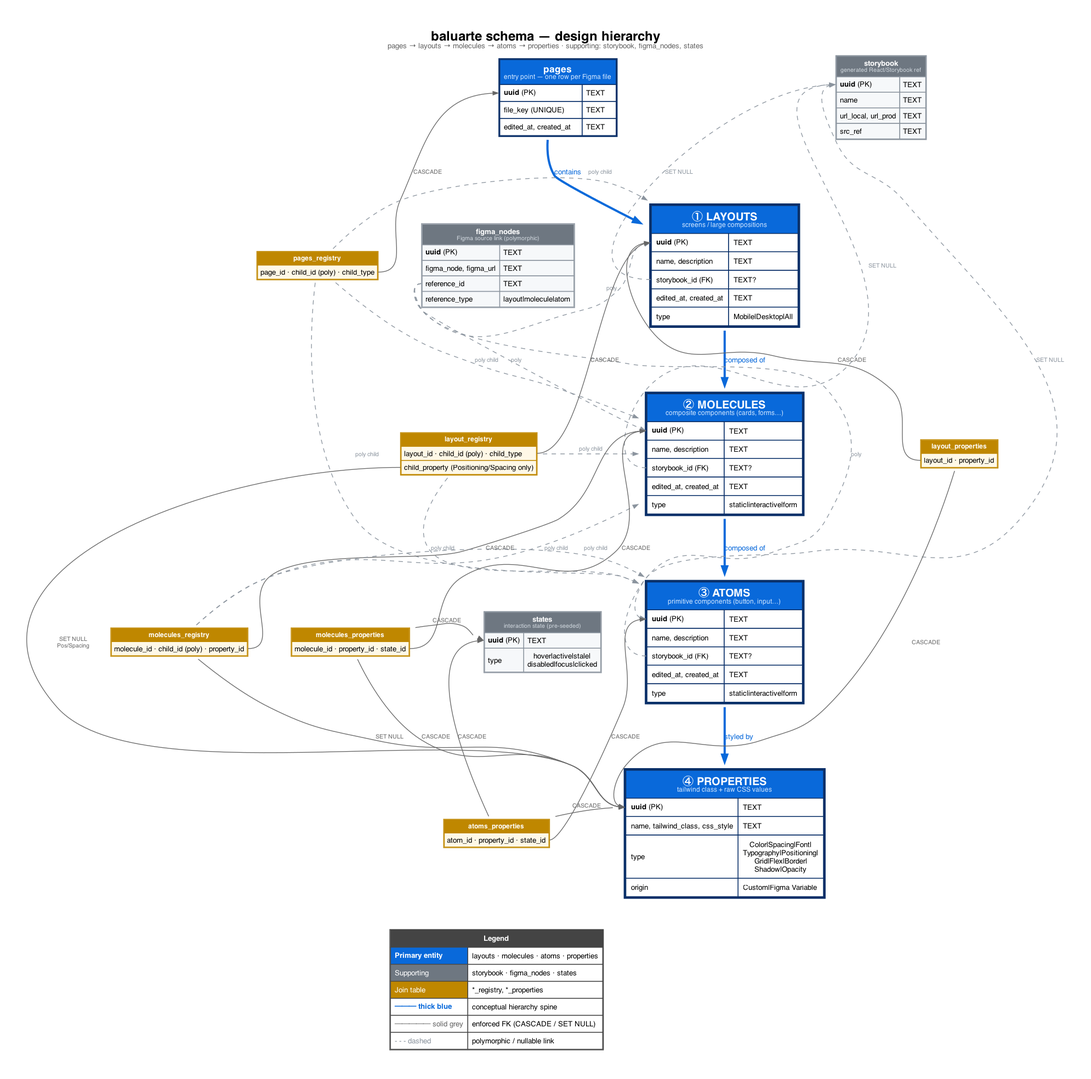
Earlier version of the Graphviz export queries/diagrams/table-relationships.png (romedinaML/baluarte). Its source is kept beside it as queries/diagrams/table-relationships.dot. Source of this version:
```dot
digraph baluarte_schema {
    rankdir=TB;
    bgcolor="#ffffff";
    pad=0.5;
    nodesep=0.6;
    ranksep=0.95;
    splines=spline;
    fontname="Helvetica";
    labelloc="t";
    label=<<FONT POINT-SIZE="18"><B>baluarte schema — design hierarchy</B></FONT><BR/><FONT POINT-SIZE="10" COLOR="#666">pages → layouts → molecules → atoms → properties · supporting: storybook, figma_nodes, states</FONT>>;

    node [
        shape=plaintext
        fontname="Helvetica"
        fontsize=10
    ];
    edge [
        fontname="Helvetica"
        fontsize=8
        color="#666"
        arrowsize=0.7
    ];


    pages [label=<
        <TABLE BORDER="2" CELLBORDER="1" CELLSPACING="0" CELLPADDING="5" BGCOLOR="white" COLOR="#0a3069">
            <TR><TD BGCOLOR="#0969da" COLSPAN="2"><FONT COLOR="white" POINT-SIZE="13"><B>pages</B></FONT><BR/><FONT COLOR="#cfe5ff" POINT-SIZE="9">entry point — one row per Figma file</FONT></TD></TR>
            <TR><TD ALIGN="LEFT" PORT="uuid"><B>uuid</B> (PK)</TD><TD ALIGN="LEFT">TEXT</TD></TR>
            <TR><TD ALIGN="LEFT">file_key (UNIQUE)</TD><TD ALIGN="LEFT">TEXT</TD></TR>
            <TR><TD ALIGN="LEFT">edited_at, created_at</TD><TD ALIGN="LEFT">TEXT</TD></TR>
        </TABLE>
    >];

    layouts [label=<
        <TABLE BORDER="3" CELLBORDER="1" CELLSPACING="0" CELLPADDING="6" BGCOLOR="white" COLOR="#0a3069">
            <TR><TD BGCOLOR="#0969da" COLSPAN="2"><FONT COLOR="white" POINT-SIZE="15"><B>① LAYOUTS</B></FONT><BR/><FONT COLOR="#cfe5ff" POINT-SIZE="9">screens / large compositions</FONT></TD></TR>
            <TR><TD ALIGN="LEFT" PORT="uuid"><B>uuid</B> (PK)</TD><TD ALIGN="LEFT">TEXT</TD></TR>
            <TR><TD ALIGN="LEFT">name, description</TD><TD ALIGN="LEFT">TEXT</TD></TR>
            <TR><TD ALIGN="LEFT" PORT="storybook_id">storybook_id (FK)</TD><TD ALIGN="LEFT">TEXT?</TD></TR>
            <TR><TD ALIGN="LEFT">edited_at, created_at</TD><TD ALIGN="LEFT">TEXT</TD></TR>
            <TR><TD ALIGN="LEFT">type</TD><TD ALIGN="LEFT">Mobile|Desktop|All</TD></TR>
        </TABLE>
    >];

    molecules [label=<
        <TABLE BORDER="3" CELLBORDER="1" CELLSPACING="0" CELLPADDING="6" BGCOLOR="white" COLOR="#0a3069">
            <TR><TD BGCOLOR="#0969da" COLSPAN="2"><FONT COLOR="white" POINT-SIZE="15"><B>② MOLECULES</B></FONT><BR/><FONT COLOR="#cfe5ff" POINT-SIZE="9">composite components (cards, forms…)</FONT></TD></TR>
            <TR><TD ALIGN="LEFT" PORT="uuid"><B>uuid</B> (PK)</TD><TD ALIGN="LEFT">TEXT</TD></TR>
            <TR><TD ALIGN="LEFT">name, description</TD><TD ALIGN="LEFT">TEXT</TD></TR>
            <TR><TD ALIGN="LEFT" PORT="storybook_id">storybook_id (FK)</TD><TD ALIGN="LEFT">TEXT?</TD></TR>
            <TR><TD ALIGN="LEFT">edited_at, created_at</TD><TD ALIGN="LEFT">TEXT</TD></TR>
            <TR><TD ALIGN="LEFT">type</TD><TD ALIGN="LEFT">static|interactive|form</TD></TR>
        </TABLE>
    >];

    atoms [label=<
        <TABLE BORDER="3" CELLBORDER="1" CELLSPACING="0" CELLPADDING="6" BGCOLOR="white" COLOR="#0a3069">
            <TR><TD BGCOLOR="#0969da" COLSPAN="2"><FONT COLOR="white" POINT-SIZE="15"><B>③ ATOMS</B></FONT><BR/><FONT COLOR="#cfe5ff" POINT-SIZE="9">primitive components (button, input…)</FONT></TD></TR>
            <TR><TD ALIGN="LEFT" PORT="uuid"><B>uuid</B> (PK)</TD><TD ALIGN="LEFT">TEXT</TD></TR>
            <TR><TD ALIGN="LEFT">name, description</TD><TD ALIGN="LEFT">TEXT</TD></TR>
            <TR><TD ALIGN="LEFT" PORT="storybook_id">storybook_id (FK)</TD><TD ALIGN="LEFT">TEXT?</TD></TR>
            <TR><TD ALIGN="LEFT">edited_at, created_at</TD><TD ALIGN="LEFT">TEXT</TD></TR>
            <TR><TD ALIGN="LEFT">type</TD><TD ALIGN="LEFT">static|interactive|form</TD></TR>
        </TABLE>
    >];

    properties [label=<
        <TABLE BORDER="3" CELLBORDER="1" CELLSPACING="0" CELLPADDING="6" BGCOLOR="white" COLOR="#0a3069">
            <TR><TD BGCOLOR="#0969da" COLSPAN="2"><FONT COLOR="white" POINT-SIZE="15"><B>④ PROPERTIES</B></FONT><BR/><FONT COLOR="#cfe5ff" POINT-SIZE="9">tailwind class + raw CSS values</FONT></TD></TR>
            <TR><TD ALIGN="LEFT" PORT="uuid"><B>uuid</B> (PK)</TD><TD ALIGN="LEFT">TEXT</TD></TR>
            <TR><TD ALIGN="LEFT">name, tailwind_class, css_style</TD><TD ALIGN="LEFT">TEXT</TD></TR>
            <TR><TD ALIGN="LEFT">type</TD><TD ALIGN="LEFT">Color|Spacing|Font|<BR/>Typography|Positioning|<BR/>Grid|Flex|Border|<BR/>Shadow|Opacity</TD></TR>
            <TR><TD ALIGN="LEFT">origin</TD><TD ALIGN="LEFT">Custom|Figma Variable</TD></TR>
        </TABLE>
    >];


    storybook [label=<
        <TABLE BORDER="1" CELLBORDER="1" CELLSPACING="0" CELLPADDING="4" BGCOLOR="#f6f8fa" COLOR="#8b949e">
            <TR><TD BGCOLOR="#6e7781" COLSPAN="2"><FONT COLOR="white"><B>storybook</B></FONT><BR/><FONT COLOR="#d0d7de" POINT-SIZE="8">generated React/Storybook ref</FONT></TD></TR>
            <TR><TD ALIGN="LEFT" PORT="uuid"><B>uuid</B> (PK)</TD><TD ALIGN="LEFT">TEXT</TD></TR>
            <TR><TD ALIGN="LEFT">name</TD><TD ALIGN="LEFT">TEXT</TD></TR>
            <TR><TD ALIGN="LEFT">url_local, url_prod</TD><TD ALIGN="LEFT">TEXT</TD></TR>
            <TR><TD ALIGN="LEFT">src_ref</TD><TD ALIGN="LEFT">TEXT</TD></TR>
        </TABLE>
    >];

    figma_nodes [label=<
        <TABLE BORDER="1" CELLBORDER="1" CELLSPACING="0" CELLPADDING="4" BGCOLOR="#f6f8fa" COLOR="#8b949e">
            <TR><TD BGCOLOR="#6e7781" COLSPAN="2"><FONT COLOR="white"><B>figma_nodes</B></FONT><BR/><FONT COLOR="#d0d7de" POINT-SIZE="8">Figma source link (polymorphic)</FONT></TD></TR>
            <TR><TD ALIGN="LEFT" PORT="uuid"><B>uuid</B> (PK)</TD><TD ALIGN="LEFT">TEXT</TD></TR>
            <TR><TD ALIGN="LEFT">figma_node, figma_url</TD><TD ALIGN="LEFT">TEXT</TD></TR>
            <TR><TD ALIGN="LEFT" PORT="reference_id">reference_id</TD><TD ALIGN="LEFT">TEXT</TD></TR>
            <TR><TD ALIGN="LEFT">reference_type</TD><TD ALIGN="LEFT">layout|molecule|atom</TD></TR>
        </TABLE>
    >];

    states [label=<
        <TABLE BORDER="1" CELLBORDER="1" CELLSPACING="0" CELLPADDING="4" BGCOLOR="#f6f8fa" COLOR="#8b949e">
            <TR><TD BGCOLOR="#6e7781" COLSPAN="2"><FONT COLOR="white"><B>states</B></FONT><BR/><FONT COLOR="#d0d7de" POINT-SIZE="8">interaction state (pre-seeded)</FONT></TD></TR>
            <TR><TD ALIGN="LEFT" PORT="uuid"><B>uuid</B> (PK)</TD><TD ALIGN="LEFT">TEXT</TD></TR>
            <TR><TD ALIGN="LEFT">type</TD><TD ALIGN="LEFT">hover|active|stale|<BR/>disabled|focus|clicked</TD></TR>
        </TABLE>
    >];


    pages_registry [label=<
        <TABLE BORDER="1" CELLBORDER="1" CELLSPACING="0" CELLPADDING="3" BGCOLOR="#fff8e6" COLOR="#bf8700">
            <TR><TD BGCOLOR="#bf8700"><FONT COLOR="white" POINT-SIZE="9"><B>pages_registry</B></FONT></TD></TR>
            <TR><TD ALIGN="LEFT" PORT="page_id">page_id · child_id (poly) · child_type</TD></TR>
        </TABLE>
    >];

    layout_registry [label=<
        <TABLE BORDER="1" CELLBORDER="1" CELLSPACING="0" CELLPADDING="3" BGCOLOR="#fff8e6" COLOR="#bf8700">
            <TR><TD BGCOLOR="#bf8700"><FONT COLOR="white" POINT-SIZE="9"><B>layout_registry</B></FONT></TD></TR>
            <TR><TD ALIGN="LEFT" PORT="layout_id">layout_id · child_id (poly) · child_type</TD></TR>
            <TR><TD ALIGN="LEFT" PORT="child_property">child_property (Positioning/Spacing only)</TD></TR>
        </TABLE>
    >];

    layout_properties [label=<
        <TABLE BORDER="1" CELLBORDER="1" CELLSPACING="0" CELLPADDING="3" BGCOLOR="#fff8e6" COLOR="#bf8700">
            <TR><TD BGCOLOR="#bf8700"><FONT COLOR="white" POINT-SIZE="9"><B>layout_properties</B></FONT></TD></TR>
            <TR><TD ALIGN="LEFT" PORT="layout_id">layout_id · property_id</TD></TR>
        </TABLE>
    >];

    molecules_registry [label=<
        <TABLE BORDER="1" CELLBORDER="1" CELLSPACING="0" CELLPADDING="3" BGCOLOR="#fff8e6" COLOR="#bf8700">
            <TR><TD BGCOLOR="#bf8700"><FONT COLOR="white" POINT-SIZE="9"><B>molecules_registry</B></FONT></TD></TR>
            <TR><TD ALIGN="LEFT" PORT="molecule_id">molecule_id · child_id (poly) · property_id</TD></TR>
        </TABLE>
    >];

    molecules_properties [label=<
        <TABLE BORDER="1" CELLBORDER="1" CELLSPACING="0" CELLPADDING="3" BGCOLOR="#fff8e6" COLOR="#bf8700">
            <TR><TD BGCOLOR="#bf8700"><FONT COLOR="white" POINT-SIZE="9"><B>molecules_properties</B></FONT></TD></TR>
            <TR><TD ALIGN="LEFT" PORT="molecule_id">molecule_id · property_id · state_id</TD></TR>
        </TABLE>
    >];

    atoms_properties [label=<
        <TABLE BORDER="1" CELLBORDER="1" CELLSPACING="0" CELLPADDING="3" BGCOLOR="#fff8e6" COLOR="#bf8700">
            <TR><TD BGCOLOR="#bf8700"><FONT COLOR="white" POINT-SIZE="9"><B>atoms_properties</B></FONT></TD></TR>
            <TR><TD ALIGN="LEFT" PORT="atom_id">atom_id · property_id · state_id</TD></TR>
        </TABLE>
    >];


    { rank=same; pages; storybook; }
    { rank=same; layouts; pages_registry; figma_nodes; }
    { rank=same; molecules; layout_registry; layout_properties; }
    { rank=same; atoms; molecules_registry; molecules_properties; states; }
    { rank=same; properties; atoms_properties; }

    edge [color="#0969da", penwidth=3, arrowsize=1.0, fontcolor="#0969da", fontsize=10, style=solid];
    pages     -> layouts    [label="contains", weight=20];
    layouts   -> molecules  [label="composed of", weight=20];
    molecules -> atoms      [label="composed of", weight=20];
    atoms     -> properties [label="styled by", weight=20];

    edge [color="#666", penwidth=1, arrowsize=0.7, fontcolor="#666", fontsize=8, style=solid];

    pages_registry:page_id -> pages:uuid [label="CASCADE"];
    pages -> pages_registry [style=invis, weight=5];

    layout_registry:layout_id      -> layouts:uuid    [label="CASCADE"];
    layout_registry:child_property -> properties:uuid [label="SET NULL\nPos/Spacing"];

    layout_properties:layout_id -> layouts:uuid    [label="CASCADE"];
    layout_properties           -> properties:uuid [label="CASCADE"];

    molecules_registry:molecule_id -> molecules:uuid  [label="CASCADE"];
    molecules_registry             -> properties:uuid [label="SET NULL"];

    molecules_properties:molecule_id -> molecules:uuid  [label="CASCADE"];
    molecules_properties             -> properties:uuid [label="CASCADE"];
    molecules_properties             -> states:uuid     [label="CASCADE"];

    atoms_properties:atom_id -> atoms:uuid      [label="CASCADE"];
    atoms_properties         -> properties:uuid [label="CASCADE"];
    atoms_properties         -> states:uuid     [label="CASCADE"];

    edge [color="#8b949e", style=dashed, penwidth=1, fontcolor="#8b949e", fontsize=8];

    layouts:storybook_id   -> storybook:uuid [label="SET NULL"];
    molecules:storybook_id -> storybook:uuid [label="SET NULL"];
    atoms:storybook_id     -> storybook:uuid [label="SET NULL"];

    figma_nodes:reference_id -> layouts:uuid   [label="poly"];
    figma_nodes:reference_id -> molecules:uuid [label="poly"];
    figma_nodes:reference_id -> atoms:uuid     [label="poly"];

    pages_registry     -> layouts   [label="poly child", style=dashed];
    pages_registry     -> molecules [label="poly child", style=dashed];
    pages_registry     -> atoms     [label="poly child", style=dashed];
    layout_registry    -> molecules [label="poly child", style=dashed];
    layout_registry    -> atoms     [label="poly child", style=dashed];
    molecules_registry -> molecules [label="poly child", style=dashed];
    molecules_registry -> atoms     [label="poly child", style=dashed];

    legend [shape=plaintext, label=<
        <TABLE BORDER="1" CELLBORDER="1" CELLSPACING="0" CELLPADDING="5" BGCOLOR="white" COLOR="#444">
            <TR><TD BGCOLOR="#444" COLSPAN="2"><FONT COLOR="white"><B>Legend</B></FONT></TD></TR>
            <TR><TD ALIGN="LEFT" BGCOLOR="#0969da"><FONT COLOR="white"><B>Primary entity</B></FONT></TD>
                <TD ALIGN="LEFT">layouts · molecules · atoms · properties</TD></TR>
            <TR><TD ALIGN="LEFT" BGCOLOR="#6e7781"><FONT COLOR="white">Supporting</FONT></TD>
                <TD ALIGN="LEFT">storybook · figma_nodes · states</TD></TR>
            <TR><TD ALIGN="LEFT" BGCOLOR="#bf8700"><FONT COLOR="white">Join table</FONT></TD>
                <TD ALIGN="LEFT">*_registry, *_properties</TD></TR>
            <TR><TD ALIGN="LEFT"><FONT COLOR="#0969da"><B>━━━ thick blue</B></FONT></TD>
                <TD ALIGN="LEFT">conceptual hierarchy spine</TD></TR>
            <TR><TD ALIGN="LEFT"><FONT COLOR="#666">───── solid grey</FONT></TD>
                <TD ALIGN="LEFT">enforced FK (CASCADE / SET NULL)</TD></TR>
            <TR><TD ALIGN="LEFT"><FONT COLOR="#8b949e">- - - dashed</FONT></TD>
                <TD ALIGN="LEFT">polymorphic / nullable link</TD></TR>
        </TABLE>
    >];
    { rank=sink; legend; }
}
```
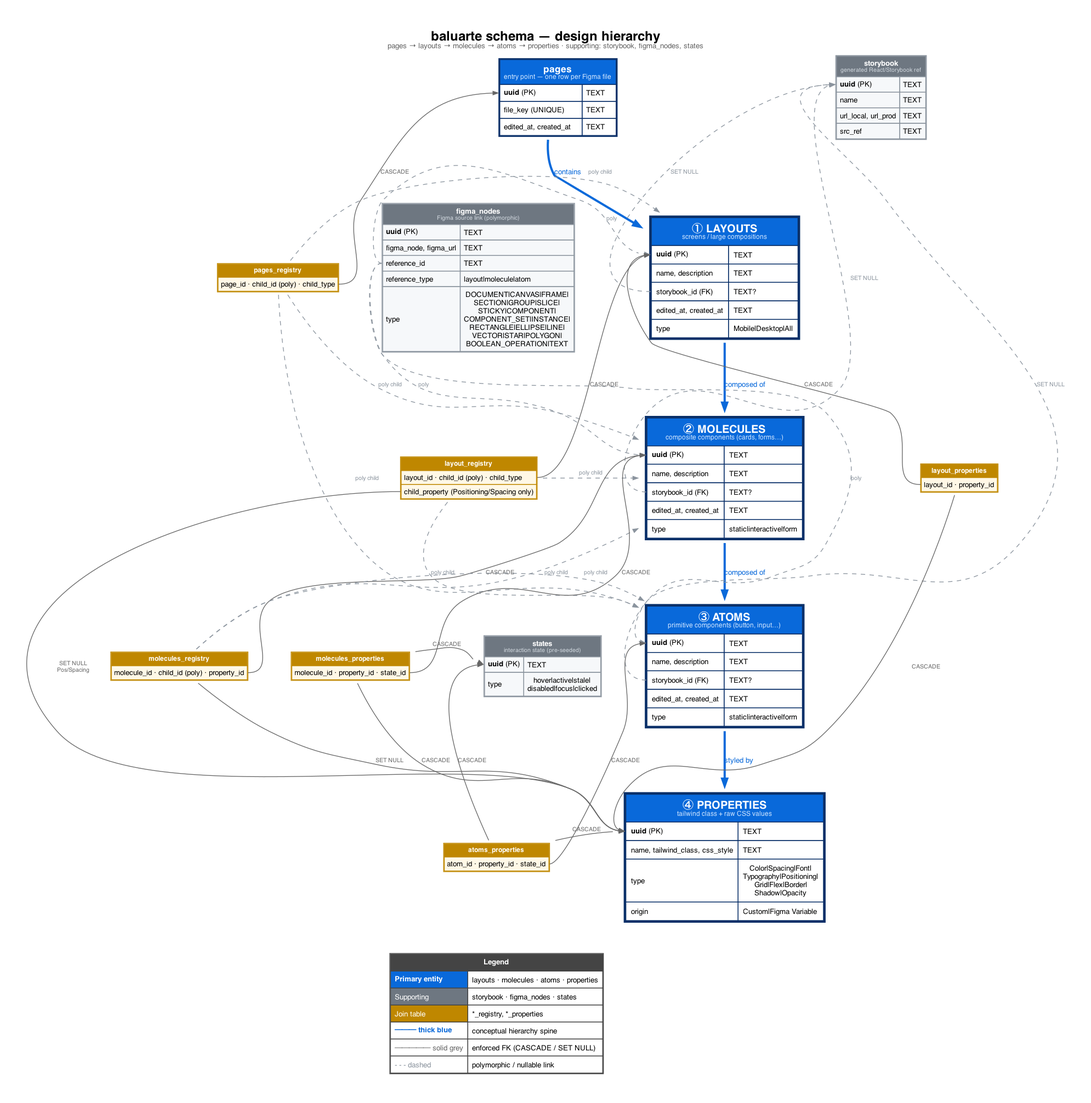
The same file after the commit.

Change to the diagram source:
```diff
@@ -92,6 +92,7 @@
             <TR><TD ALIGN="LEFT">figma_node, figma_url</TD><TD ALIGN="LEFT">TEXT</TD></TR>
             <TR><TD ALIGN="LEFT" PORT="reference_id">reference_id</TD><TD ALIGN="LEFT">TEXT</TD></TR>
             <TR><TD ALIGN="LEFT">reference_type</TD><TD ALIGN="LEFT">layout|molecule|atom</TD></TR>
+            <TR><TD ALIGN="LEFT">type</TD><TD ALIGN="LEFT">DOCUMENT|CANVAS|FRAME|<BR/>SECTION|GROUP|SLICE|<BR/>STICKY|COMPONENT|<BR/>COMPONENT_SET|INSTANCE|<BR/>RECTANGLE|ELLIPSE|LINE|<BR/>VECTOR|STAR|POLYGON|<BR/>BOOLEAN_OPERATION|TEXT</TD></TR>
         </TABLE>
     >];
 
```
